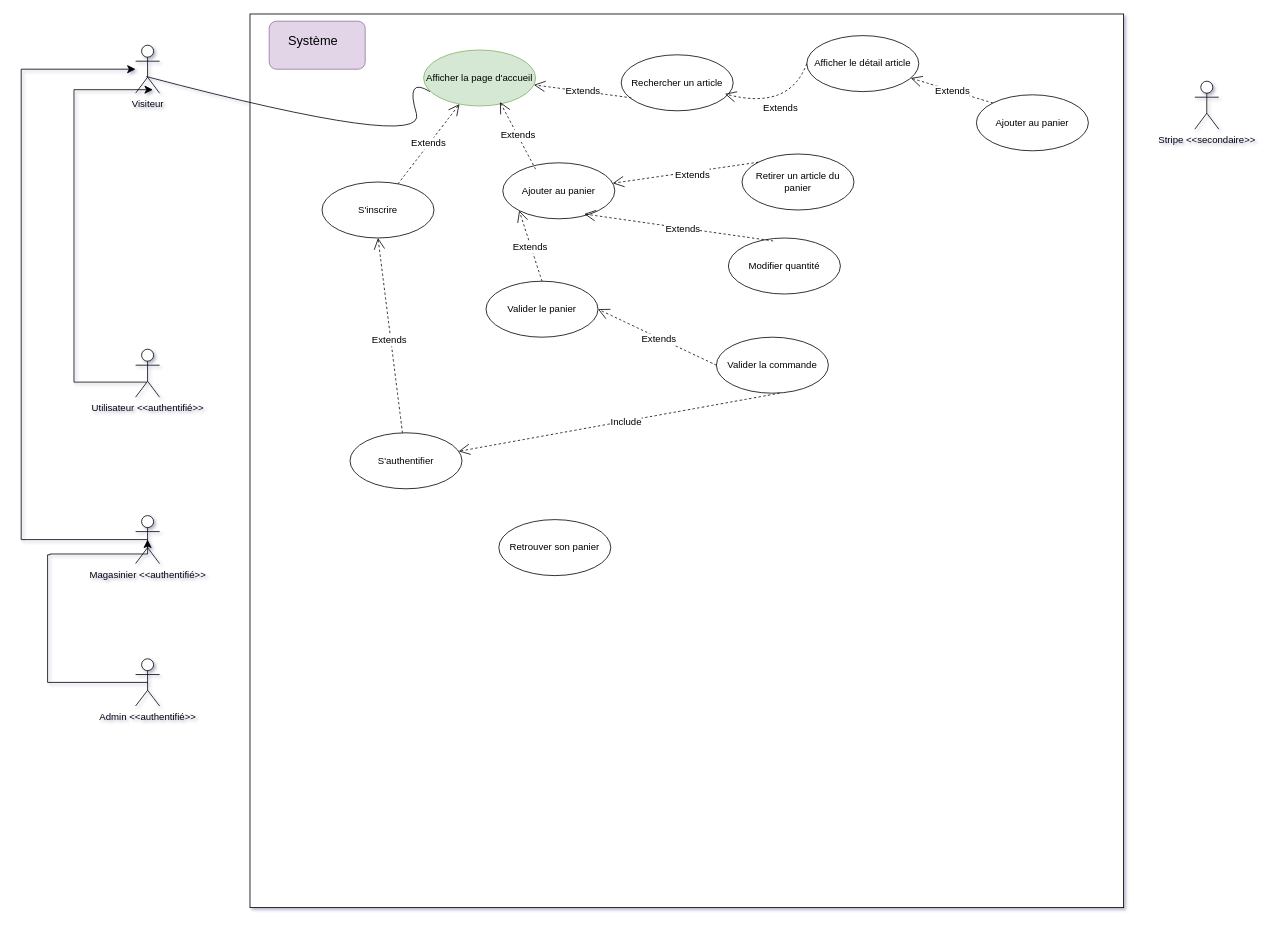
This is Diagramme sans nom.drawio from Steony/BeautyBookerApp, a draw.io file, before an edit. Source tidied: cells renumbered, new cells numbered last; positions are measured from the earlier drawing's top-left corner, leaving out a move shared by most shapes. Both pictures are drawn from the tidied source at 80%, with x=0, y=0 at pixel (21, 14).
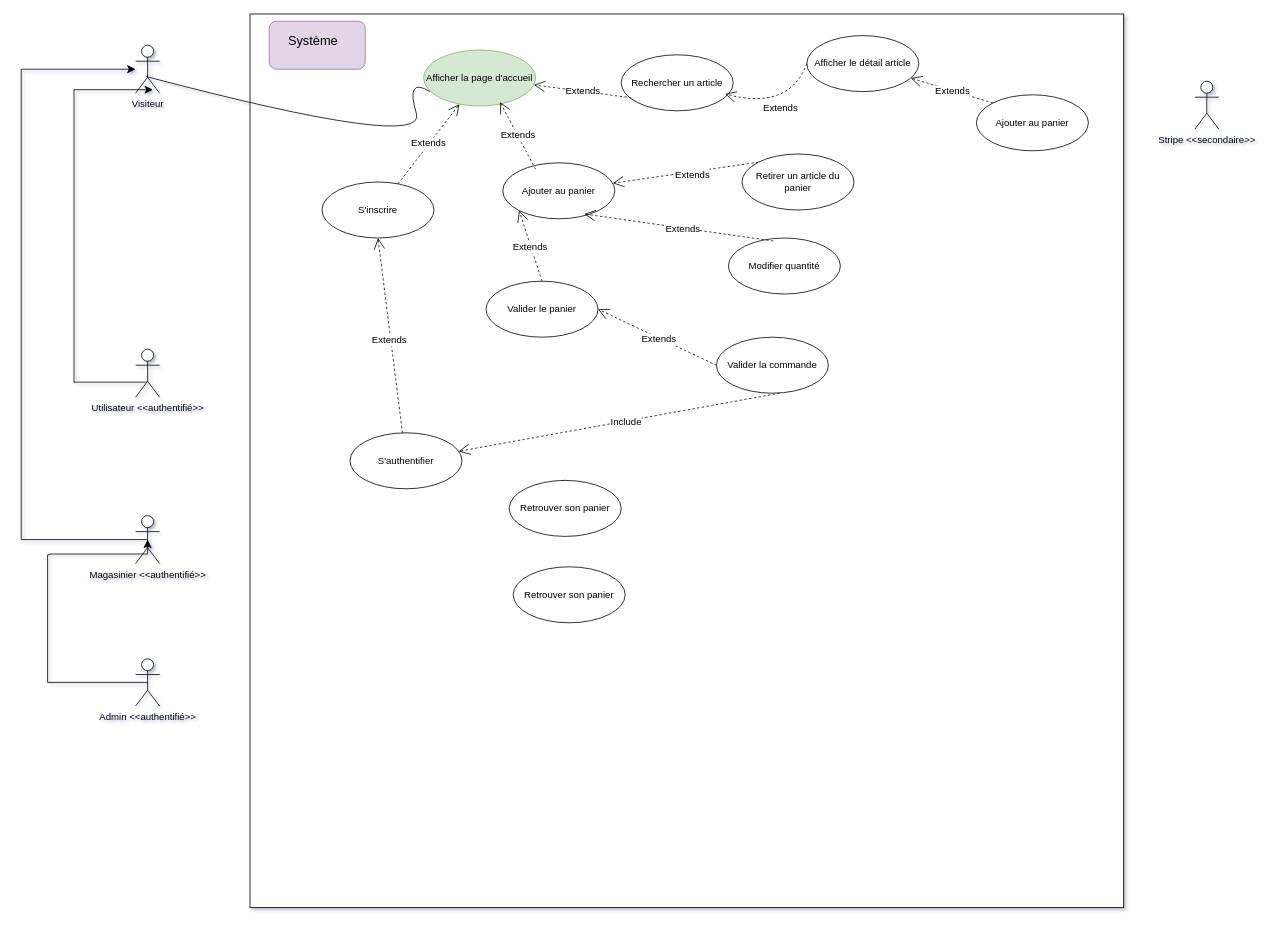
After the change.

Change to the diagram source:
```diff
@@
     <mxCell id="36" value="Retrouver son panier" style="ellipse;whiteSpace=wrap;html=1;" parent="1" vertex="1">
-      <mxGeometry x="597" y="632" width="140" height="70" as="geometry" />
+      <mxGeometry x="610" y="583" width="140" height="70" as="geometry" />
     </mxCell>
+    <mxCell id="37" value="Retrouver son panier" style="ellipse;whiteSpace=wrap;html=1;" parent="1" vertex="1">
+      <mxGeometry x="615" y="691" width="140" height="70" as="geometry" />
+    </mxCell>
```
